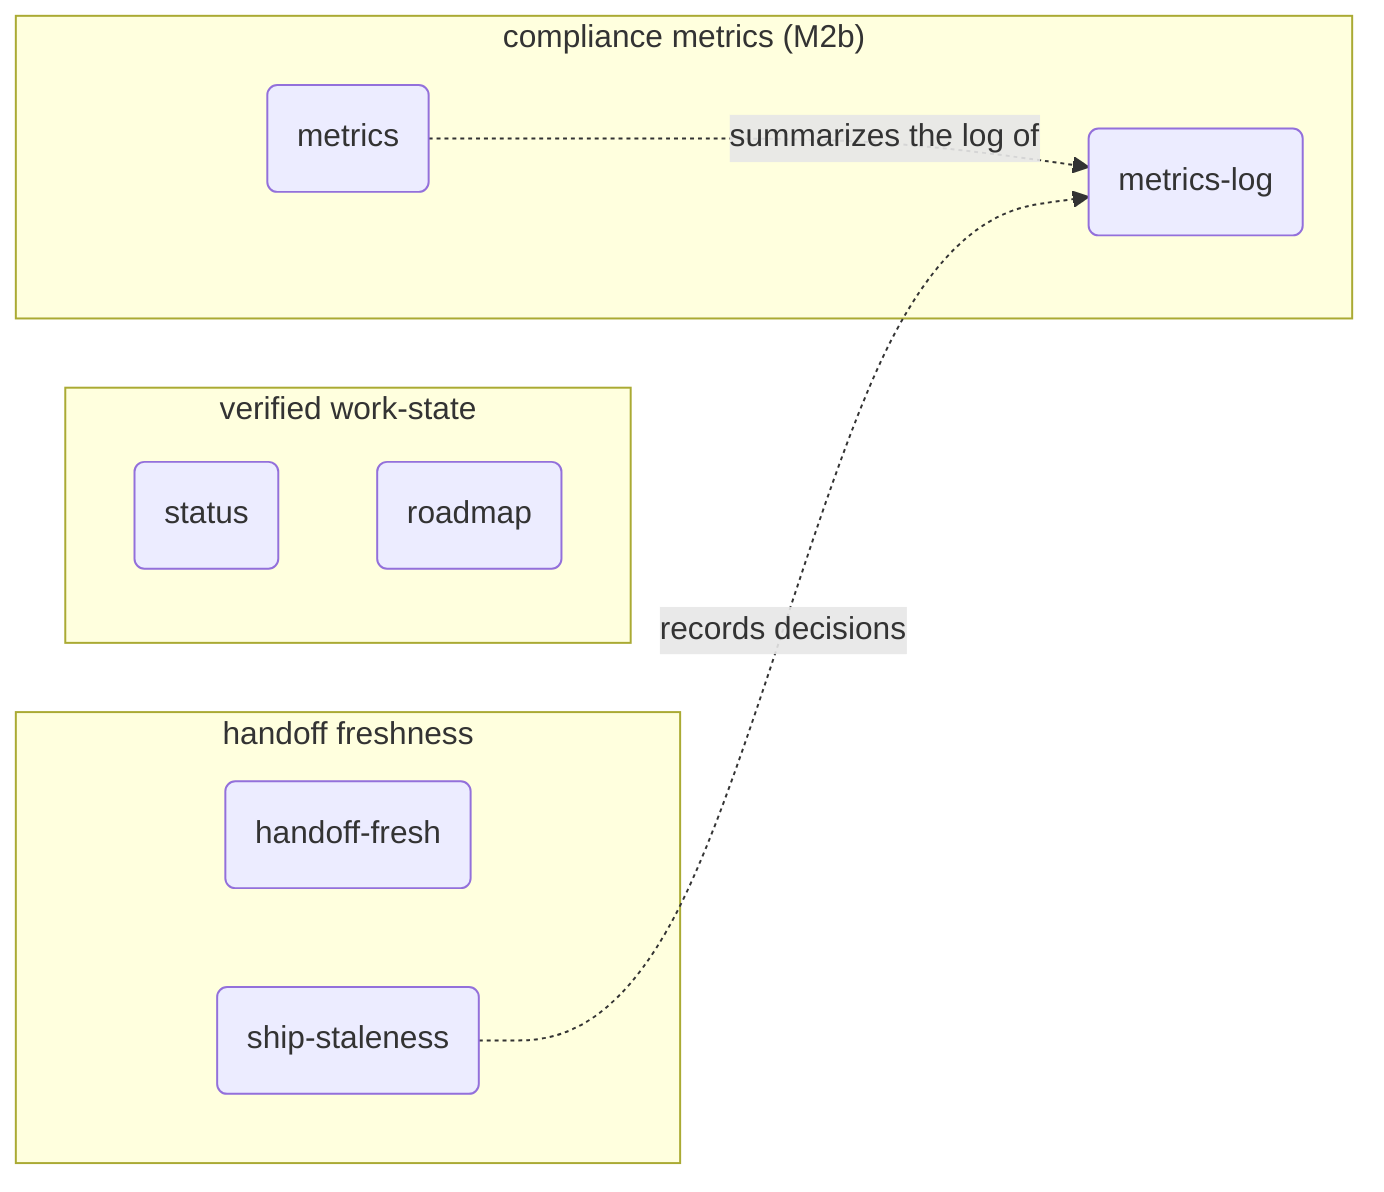
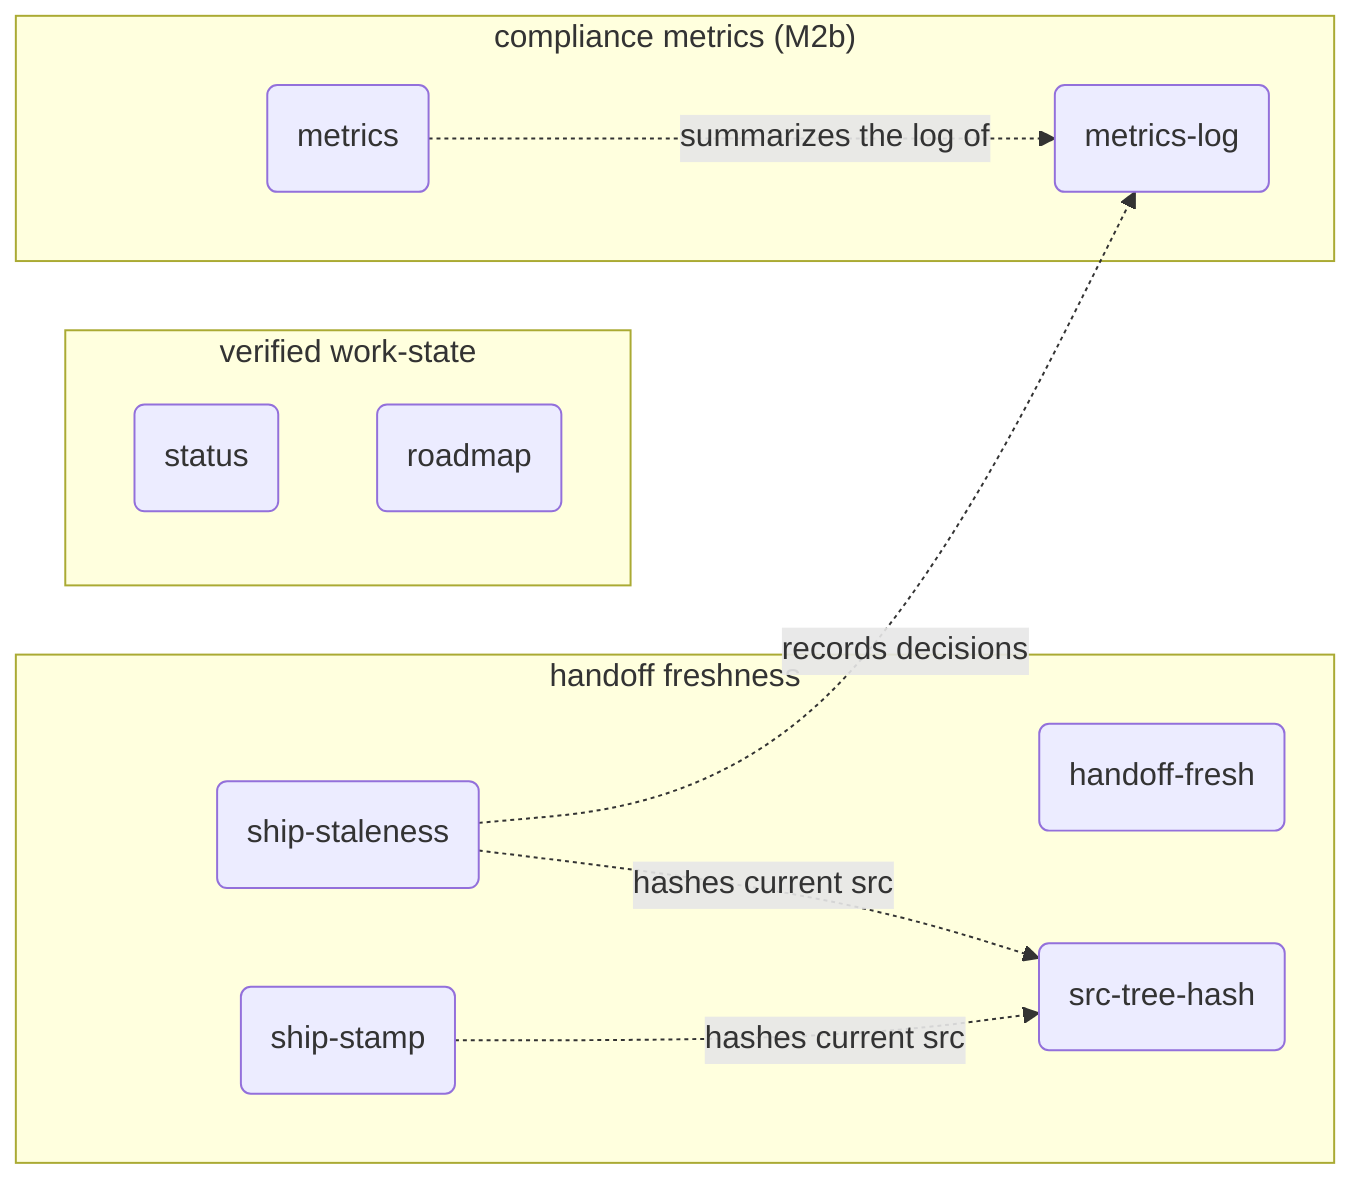
flowchart LR
%% root flowmapContinuity

%% src status tools/flowmap/status.mjs
%% kind status service
%% fm:meta status name=status
%% fm:meta status desc=verified work-state compare a plan proposed signatures against live code built pending drifted missing

%% src roadmap tools/flowmap/roadmap.mjs
%% kind roadmap service
%% fm:meta roadmap name=roadmap
%% fm:meta roadmap desc=compute roadmap phase status from predicates and audit the no prose status ban

%% src handoff tools/flowmap/handoff-fresh.mjs#checkContentClaims
%% kind handoff service
%% fm:meta handoff name=handoff-fresh
%% fm:meta handoff desc=detect when the handoff lags commits and falsify not yet committed prose claims

%% src shipStaleness tools/flowmap/ship-staleness.mjs
%% kind shipStaleness service
%% fm:meta shipStaleness name=ship-staleness
- %% fm:meta shipStaleness desc=Stop hook block a session end while the shipped map lags src demanding flowmap ship
+ %% fm:meta shipStaleness desc=Stop hook block a session end while src content hash differs from the last recorded ship stamp
+ 
+ %% src shipStamp tools/flowmap/ship-stamp.mjs
+ %% kind shipStamp service
+ %% fm:meta shipStamp name=ship-stamp
+ %% fm:meta shipStamp desc=last step of flowmap ship record the current src content hash to docs flowmap ship-stamp.json
+ 
+ %% src srcTreeHash tools/flowmap/lib/src-tree-hash.mjs#srcTreeHash
+ %% kind srcTreeHash module
+ %% fm:meta srcTreeHash name=src-tree-hash
+ %% fm:meta srcTreeHash desc=git plumbing content hash of a directory working tree scratch index add write-tree no timestamps

%% src metrics tools/flowmap/metrics.mjs
%% kind metrics service
%% fm:meta metrics name=metrics
%% fm:meta metrics desc=M2b summarize the compliance log into rates quiz gate ship cert unproven and wrap ship runs transparently

%% src metricsLog tools/flowmap/lib/metrics-log.mjs#recordEvent
%% kind metricsLog module
%% fm:meta metricsLog name=metrics-log
%% fm:meta metricsLog desc=fail silent JSONL emitter the gates quiz and verdict tools import logging may never change a decision

%% parent co_state flowmapContinuity
%% parent co_handoff flowmapContinuity
%% parent co_metrics flowmapContinuity

  subgraph co_state ["verified work-state"]
    status("status")
    roadmap("roadmap")
  end

  subgraph co_handoff ["handoff freshness"]
    handoff("handoff-fresh")
    shipStaleness("ship-staleness")
+     shipStamp("ship-stamp")
+     srcTreeHash("src-tree-hash")
  end

  subgraph co_metrics ["compliance metrics (M2b)"]
    metrics("metrics")
    metricsLog("metrics-log")
  end

  metrics -.->|summarizes the log of| metricsLog
  shipStaleness -.->|records decisions| metricsLog
+   shipStaleness -.->|hashes current src| srcTreeHash
+   shipStamp -.->|hashes current src| srcTreeHash
